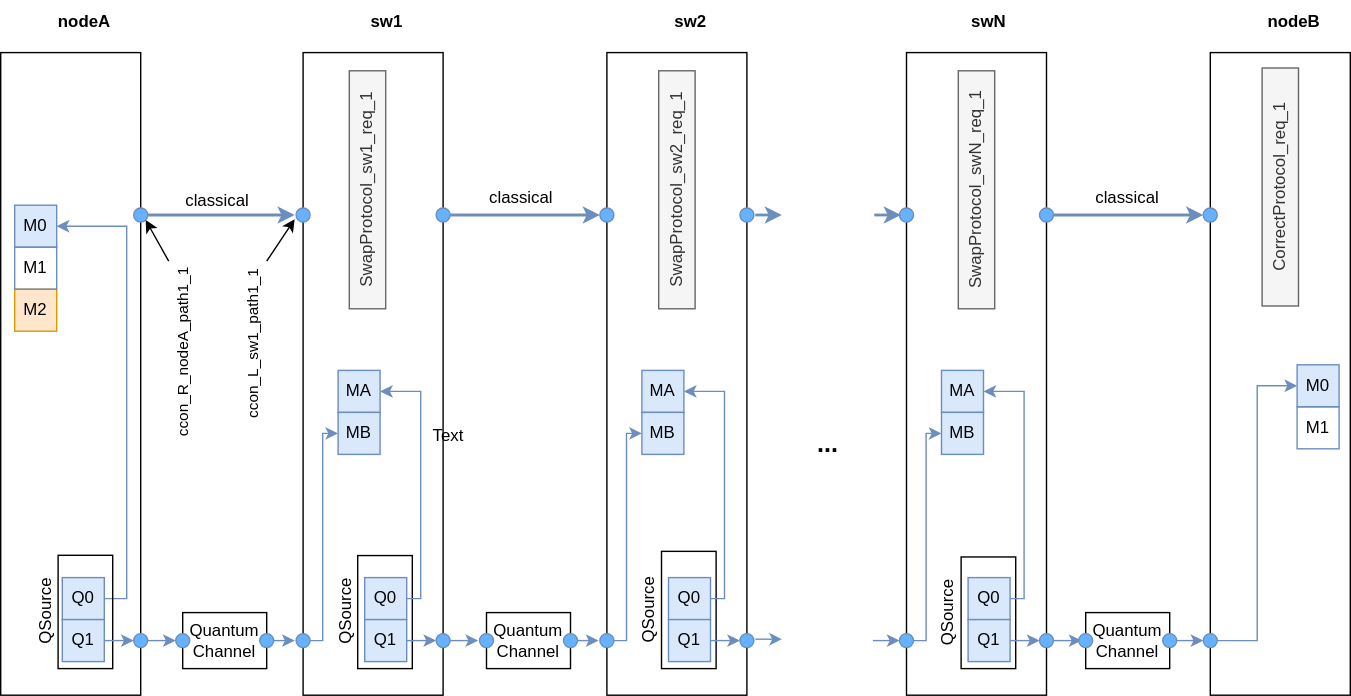
Before: Diagramas/Red/tec-path_sin_distil.svg, a diagram exported from draw.io (davidpcuvigo/quantumcity). Source tidied: cells renumbered, new cells last; positions are measured from the earlier drawing's top-left corner, leaving out a move shared by most shapes.
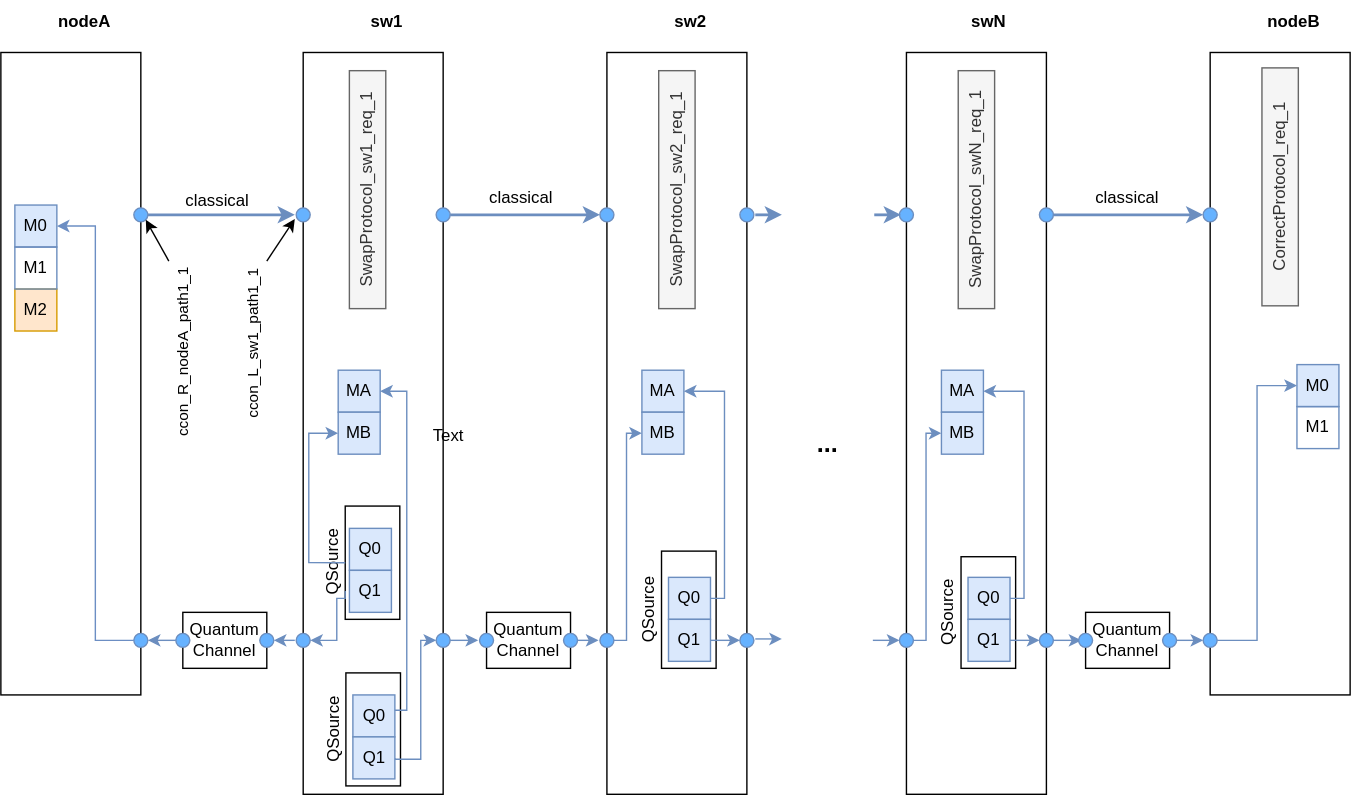
Above is the later version.

The edit, as a diff of the source:
```diff
@@ -3,7 +3,7 @@
     <mxCell id="0" />
     <mxCell id="1" parent="0" />
     <mxCell id="2" style="rounded=0;whiteSpace=wrap;html=1;" parent="1" vertex="1">
-      <mxGeometry x="216" y="37" width="100" height="459" as="geometry" />
+      <mxGeometry x="216" y="37" width="100" height="530" as="geometry" />
     </mxCell>
     <mxCell id="3" style="rounded=0;whiteSpace=wrap;html=1;" parent="1" vertex="1">
       <mxGeometry y="37" width="100" height="459" as="geometry" />
@@ -20,29 +20,21 @@
     <mxCell id="7" value="M1" style="rounded=0;whiteSpace=wrap;html=1;fillColor=none;strokeColor=#6c8ebf;" parent="1" vertex="1">
       <mxGeometry x="10" y="176" width="30" height="30" as="geometry" />
     </mxCell>
-    <mxCell id="8" style="edgeStyle=orthogonalEdgeStyle;rounded=0;jettySize=auto;html=1;exitX=1;exitY=0.5;exitDx=0;exitDy=0;entryX=1;entryY=0.5;entryDx=0;entryDy=0;fillColor=#dae8fc;strokeColor=#6c8ebf;" parent="1" edge="1" source="9" target="6">
-      <mxGeometry relative="1" as="geometry">
-        <Array as="points">
-          <mxPoint x="90" y="427" />
-          <mxPoint x="90" y="161" />
-        </Array>
-      </mxGeometry>
-    </mxCell>
     <mxCell id="9" value="Q0" style="rounded=0;whiteSpace=wrap;html=1;fillColor=#dae8fc;strokeColor=#6c8ebf;" parent="1" vertex="1">
-      <mxGeometry x="44" y="412" width="30" height="30" as="geometry" />
+      <mxGeometry x="249" y="377" width="30" height="30" as="geometry" />
     </mxCell>
     <mxCell id="10" value="&lt;div&gt;QSource&lt;br&gt;&lt;/div&gt;" style="rounded=0;whiteSpace=wrap;html=1;rotation=-90;fillColor=none;labelPosition=center;verticalLabelPosition=top;align=center;verticalAlign=bottom;labelBackgroundColor=default;" parent="1" vertex="1">
-      <mxGeometry x="20" y="417" width="80.9" height="39" as="geometry" />
+      <mxGeometry x="225.1" y="382" width="80.9" height="39" as="geometry" />
     </mxCell>
-    <mxCell id="11" style="edgeStyle=orthogonalEdgeStyle;rounded=0;jettySize=auto;html=1;exitX=1;exitY=0.5;exitDx=0;exitDy=0;entryX=0;entryY=0.5;entryDx=0;entryDy=0;fillColor=#dae8fc;strokeColor=#6c8ebf;" parent="1" edge="1" source="12" target="14">
-      <mxGeometry relative="1" as="geometry" />
-    </mxCell>
     <mxCell id="12" value="Q1" style="rounded=0;whiteSpace=wrap;html=1;fillColor=#dae8fc;strokeColor=#6c8ebf;" parent="1" vertex="1">
-      <mxGeometry x="44" y="442" width="30" height="30" as="geometry" />
+      <mxGeometry x="249" y="407" width="30" height="30" as="geometry" />
     </mxCell>
-    <mxCell id="13" style="edgeStyle=orthogonalEdgeStyle;rounded=0;jettySize=auto;html=1;exitX=1;exitY=0.5;exitDx=0;exitDy=0;entryX=0;entryY=0.5;entryDx=0;entryDy=0;fillColor=#dae8fc;strokeColor=#6c8ebf;" parent="1" edge="1" source="14" target="18">
+    <mxCell id="13" style="edgeStyle=orthogonalEdgeStyle;rounded=0;jettySize=auto;html=1;exitX=1;exitY=0.5;exitDx=0;exitDy=0;entryX=0;entryY=0.5;entryDx=0;entryDy=0;fillColor=#dae8fc;strokeColor=#6c8ebf;startArrow=classic;startFill=1;endArrow=none;endFill=0;" parent="1" edge="1" source="14" target="18">
       <mxGeometry relative="1" as="geometry" />
     </mxCell>
+    <mxCell id="98" style="edgeStyle=orthogonalEdgeStyle;rounded=0;jettySize=auto;html=1;exitX=0;exitY=0.5;exitDx=0;exitDy=0;entryX=1;entryY=0.5;entryDx=0;entryDy=0;strokeColor=#6c8ec3;" parent="1" edge="1" source="14" target="6">
+      <mxGeometry relative="1" as="geometry" />
+    </mxCell>
     <mxCell id="14" style="ellipse;whiteSpace=wrap;html=1;fillColor=#66B2FF;strokeColor=#6c8ebf;" parent="1" vertex="1">
       <mxGeometry x="95" y="452" width="10" height="10" as="geometry" />
     </mxCell>
@@ -60,7 +52,7 @@
     <mxCell id="18" style="ellipse;whiteSpace=wrap;html=1;fillColor=#66B2FF;strokeColor=#6c8ebf;" parent="1" vertex="1">
       <mxGeometry x="125" y="452" width="10" height="10" as="geometry" />
     </mxCell>
-    <mxCell id="19" style="edgeStyle=orthogonalEdgeStyle;rounded=0;jettySize=auto;html=1;exitX=1;exitY=0.5;exitDx=0;exitDy=0;fillColor=#dae8fc;strokeColor=#6c8ebf;" parent="1" edge="1" source="20">
+    <mxCell id="19" style="edgeStyle=orthogonalEdgeStyle;rounded=0;jettySize=auto;html=1;exitX=1;exitY=0.5;exitDx=0;exitDy=0;fillColor=#dae8fc;strokeColor=#6c8ebf;startArrow=classic;startFill=1;endArrow=none;endFill=0;" parent="1" edge="1" source="20">
       <mxGeometry relative="1" as="geometry">
         <mxPoint x="210" y="457" as="targetPoint" />
       </mxGeometry>
@@ -78,24 +70,31 @@
       <mxGeometry x="241" y="294" width="30" height="30" as="geometry" />
     </mxCell>
     <mxCell id="24" value="&lt;div&gt;QSource&lt;br&gt;&lt;/div&gt;" style="rounded=0;whiteSpace=wrap;html=1;rotation=-90;fillColor=none;labelPosition=center;verticalLabelPosition=top;align=center;verticalAlign=bottom;labelBackgroundColor=default;" parent="1" vertex="1">
-      <mxGeometry x="234.1" y="417.1" width="80.8" height="39" as="geometry" />
+      <mxGeometry x="225.6" y="501.1" width="80.8" height="39" as="geometry" />
     </mxCell>
-    <mxCell id="25" style="edgeStyle=orthogonalEdgeStyle;rounded=0;jettySize=auto;html=1;exitX=1;exitY=0.5;exitDx=0;exitDy=0;entryX=1;entryY=0.5;entryDx=0;entryDy=0;fillColor=#dae8fc;strokeColor=#6c8ebf;" parent="1" edge="1" source="26" target="22">
+    <mxCell id="25" style="edgeStyle=orthogonalEdgeStyle;rounded=0;jettySize=auto;html=1;exitX=0.5;exitY=0;exitDx=0;exitDy=0;entryX=1;entryY=0.5;entryDx=0;entryDy=0;fillColor=#dae8fc;strokeColor=#6c8ebf;" parent="1" edge="1" source="26" target="22">
       <mxGeometry relative="1" as="geometry">
         <Array as="points">
-          <mxPoint x="300" y="427" />
-          <mxPoint x="300" y="279" />
+          <mxPoint x="267" y="507" />
+          <mxPoint x="290" y="507" />
+          <mxPoint x="290" y="279" />
         </Array>
       </mxGeometry>
     </mxCell>
     <mxCell id="26" value="Q0" style="rounded=0;whiteSpace=wrap;html=1;fillColor=#dae8fc;strokeColor=#6c8ebf;" parent="1" vertex="1">
-      <mxGeometry x="260" y="412" width="30" height="30" as="geometry" />
+      <mxGeometry x="251.5" y="496" width="30" height="30" as="geometry" />
     </mxCell>
     <mxCell id="27" style="edgeStyle=orthogonalEdgeStyle;rounded=0;jettySize=auto;html=1;exitX=1;exitY=0.5;exitDx=0;exitDy=0;entryX=0;entryY=0.5;entryDx=0;entryDy=0;fillColor=#dae8fc;strokeColor=#6c8ebf;" parent="1" edge="1" source="28" target="30">
-      <mxGeometry relative="1" as="geometry" />
+      <mxGeometry relative="1" as="geometry">
+        <Array as="points">
+          <mxPoint x="282" y="542" />
+          <mxPoint x="300" y="542" />
+          <mxPoint x="300" y="457" />
+        </Array>
+      </mxGeometry>
     </mxCell>
     <mxCell id="28" value="Q1" style="rounded=0;whiteSpace=wrap;html=1;fillColor=#dae8fc;strokeColor=#6c8ebf;" parent="1" vertex="1">
-      <mxGeometry x="260" y="442" width="30" height="30" as="geometry" />
+      <mxGeometry x="251.5" y="526" width="30" height="30" as="geometry" />
     </mxCell>
     <mxCell id="29" style="edgeStyle=orthogonalEdgeStyle;rounded=0;jettySize=auto;html=1;exitX=1;exitY=0.5;exitDx=0;exitDy=0;entryX=0;entryY=0.5;entryDx=0;entryDy=0;fillColor=#dae8fc;strokeColor=#6c8ebf;" parent="1" edge="1" source="30">
       <mxGeometry relative="1" as="geometry">
@@ -111,14 +110,6 @@
     <mxCell id="32" style="ellipse;whiteSpace=wrap;html=1;fillColor=#66B2FF;strokeColor=#6c8ebf;" parent="1" vertex="1">
       <mxGeometry x="311" y="148" width="10" height="10" as="geometry" />
     </mxCell>
-    <mxCell id="33" style="edgeStyle=orthogonalEdgeStyle;rounded=0;jettySize=auto;html=1;exitX=1;exitY=0.5;exitDx=0;exitDy=0;entryX=0;entryY=0.5;entryDx=0;entryDy=0;fillColor=#dae8fc;strokeColor=#6c8ebf;" parent="1" edge="1" source="34" target="23">
-      <mxGeometry relative="1" as="geometry">
-        <Array as="points">
-          <mxPoint x="230" y="457" />
-          <mxPoint x="230" y="309" />
-        </Array>
-      </mxGeometry>
-    </mxCell>
     <mxCell id="34" style="ellipse;whiteSpace=wrap;html=1;fillColor=#66B2FF;strokeColor=#6c8ebf;" parent="1" vertex="1">
       <mxGeometry x="211" y="452" width="10" height="10" as="geometry" />
     </mxCell>
@@ -140,7 +131,7 @@
       <mxGeometry x="402" y="452" width="10" height="10" as="geometry" />
     </mxCell>
     <mxCell id="40" style="rounded=0;whiteSpace=wrap;html=1;" parent="1" vertex="1">
-      <mxGeometry x="433" y="37" width="100" height="459" as="geometry" />
+      <mxGeometry x="433" y="37" width="100" height="530" as="geometry" />
     </mxCell>
     <mxCell id="41" value="&lt;b&gt;sw2&lt;/b&gt;" style="text;html=1;align=center;verticalAlign=middle;whiteSpace=wrap;rounded=0;" parent="1" vertex="1">
       <mxGeometry x="463" width="60" height="30" as="geometry" />
@@ -195,7 +186,7 @@
       <mxGeometry x="561" y="156" width="60" height="321" as="geometry" />
     </mxCell>
     <mxCell id="55" style="rounded=0;whiteSpace=wrap;html=1;" parent="1" vertex="1">
-      <mxGeometry x="647" y="37" width="100" height="459" as="geometry" />
+      <mxGeometry x="647" y="37" width="100" height="530" as="geometry" />
     </mxCell>
     <mxCell id="56" value="&lt;b&gt;swN&lt;/b&gt;" style="text;html=1;align=center;verticalAlign=middle;whiteSpace=wrap;rounded=0;" parent="1" vertex="1">
       <mxGeometry x="676" width="60" height="30" as="geometry" />
@@ -352,5 +343,22 @@
     <mxCell id="97" value="CorrectProtocol_req_1" style="rounded=0;whiteSpace=wrap;html=1;rotation=-90;fillColor=#f5f5f5;fontColor=#333333;strokeColor=#666666;" parent="1" vertex="1">
       <mxGeometry x="829" y="120" width="170" height="26" as="geometry" />
     </mxCell>
+    <mxCell id="99" style="edgeStyle=orthogonalEdgeStyle;rounded=0;jettySize=auto;html=1;entryX=1;entryY=0.5;entryDx=0;entryDy=0;fillColor=#dae8fc;strokeColor=#6c8ebf;exitX=0.25;exitY=0;exitDx=0;exitDy=0;" parent="1" edge="1" source="10" target="34">
+      <mxGeometry relative="1" as="geometry">
+        <Array as="points">
+          <mxPoint x="246" y="427" />
+          <mxPoint x="240" y="427" />
+          <mxPoint x="240" y="457" />
+        </Array>
+      </mxGeometry>
+    </mxCell>
+    <mxCell id="100" style="edgeStyle=orthogonalEdgeStyle;rounded=0;jettySize=auto;html=1;entryX=0;entryY=0.5;entryDx=0;entryDy=0;fillColor=#dae8fc;strokeColor=#6c8ebf;" parent="1" edge="1" source="10" target="23">
+      <mxGeometry relative="1" as="geometry">
+        <Array as="points">
+          <mxPoint x="220" y="402" />
+          <mxPoint x="220" y="309" />
+        </Array>
+      </mxGeometry>
+    </mxCell>
   </root>
 </mxGraphModel>
```
